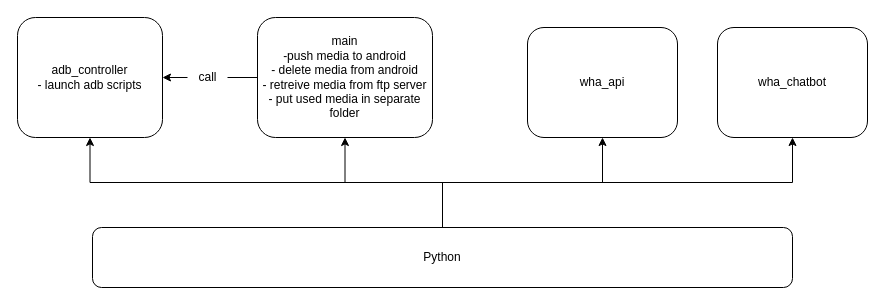
Above: page "lvl1: python modules" (2 of 3) of diagrams.drawio in skillz4real/laughing-guide (draw.io), before the change. Source tidied: cells renumbered, new cells numbered last; positions are measured from the earlier drawing's top-left corner, leaving out a move shared by most shapes. Both pictures are drawn from the tidied source at 100%, with x=0, y=0 at pixel (17, 17).
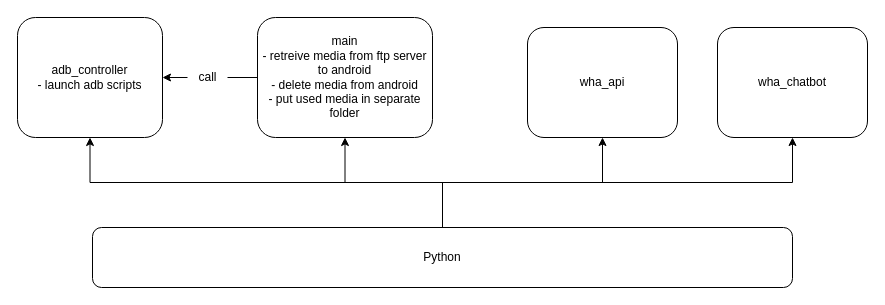
The same diagram, later.

Change to the diagram source:
```diff
@@
 <mxGraphModel>
   <root>
     <mxCell id="0" />
     <mxCell id="1" parent="0" />
     <mxCell id="2" value="adb_controller&lt;br&gt;- launch adb scripts" style="rounded=1;whiteSpace=wrap;html=1;" parent="1" vertex="1">
       <mxGeometry width="145" height="120" as="geometry" />
     </mxCell>
     <mxCell id="3" style="edgeStyle=orthogonalEdgeStyle;rounded=0;jettySize=auto;html=1;startArrow=none;" parent="1" edge="1" source="12" target="2">
       <mxGeometry relative="1" as="geometry" />
     </mxCell>
-    <mxCell id="4" value="main&lt;br&gt;-push media to android&lt;br&gt;- delete media from android&lt;br&gt;- retreive media from ftp server&lt;br&gt;- put used media in separate folder" style="rounded=1;whiteSpace=wrap;html=1;" parent="1" vertex="1">
+    <mxCell id="4" value="main&lt;br&gt;- retreive media from ftp server to android&lt;br&gt;- delete media from android&lt;br&gt;- put used media in separate folder" style="rounded=1;whiteSpace=wrap;html=1;" parent="1" vertex="1">
       <mxGeometry x="240" width="175" height="120" as="geometry" />
     </mxCell>
     <mxCell id="5" value="wha_api" style="rounded=1;whiteSpace=wrap;html=1;" parent="1" vertex="1">
       <mxGeometry x="510" y="10" width="150" height="110" as="geometry" />
     </mxCell>
     <mxCell id="6" value="wha_chatbot" style="rounded=1;whiteSpace=wrap;html=1;" parent="1" vertex="1">
       <mxGeometry x="700" y="10" width="150" height="110" as="geometry" />
     </mxCell>
     <mxCell id="7" style="edgeStyle=orthogonalEdgeStyle;rounded=0;jettySize=auto;html=1;entryX=0.5;entryY=1;entryDx=0;entryDy=0;" parent="1" edge="1" source="11" target="2">
       <mxGeometry relative="1" as="geometry" />
     </mxCell>
     <mxCell id="8" style="edgeStyle=orthogonalEdgeStyle;rounded=0;jettySize=auto;html=1;" parent="1" edge="1" source="11" target="4">
       <mxGeometry relative="1" as="geometry" />
     </mxCell>
     <mxCell id="9" style="edgeStyle=orthogonalEdgeStyle;rounded=0;jettySize=auto;html=1;entryX=0.5;entryY=1;entryDx=0;entryDy=0;" parent="1" edge="1" source="11" target="5">
       <mxGeometry relative="1" as="geometry" />
     </mxCell>
     <mxCell id="10" style="edgeStyle=orthogonalEdgeStyle;rounded=0;jettySize=auto;html=1;entryX=0.5;entryY=1;entryDx=0;entryDy=0;" parent="1" edge="1" source="11" target="6">
       <mxGeometry relative="1" as="geometry" />
     </mxCell>
     <mxCell id="11" value="Python" style="rounded=1;whiteSpace=wrap;html=1;" parent="1" vertex="1">
       <mxGeometry x="75" y="210" width="700" height="60" as="geometry" />
     </mxCell>
     <mxCell id="12" value="call" style="text;html=1;align=center;verticalAlign=middle;points=[];strokeColor=none;fillColor=none;" parent="1" vertex="1">
       <mxGeometry x="170" y="45" width="40" height="30" as="geometry" />
     </mxCell>
     <mxCell id="13" style="edgeStyle=orthogonalEdgeStyle;rounded=0;jettySize=auto;html=1;endArrow=none;" parent="1" edge="1" source="4" target="12">
       <mxGeometry relative="1" as="geometry" />
     </mxCell>
   </root>
 </mxGraphModel>
```
